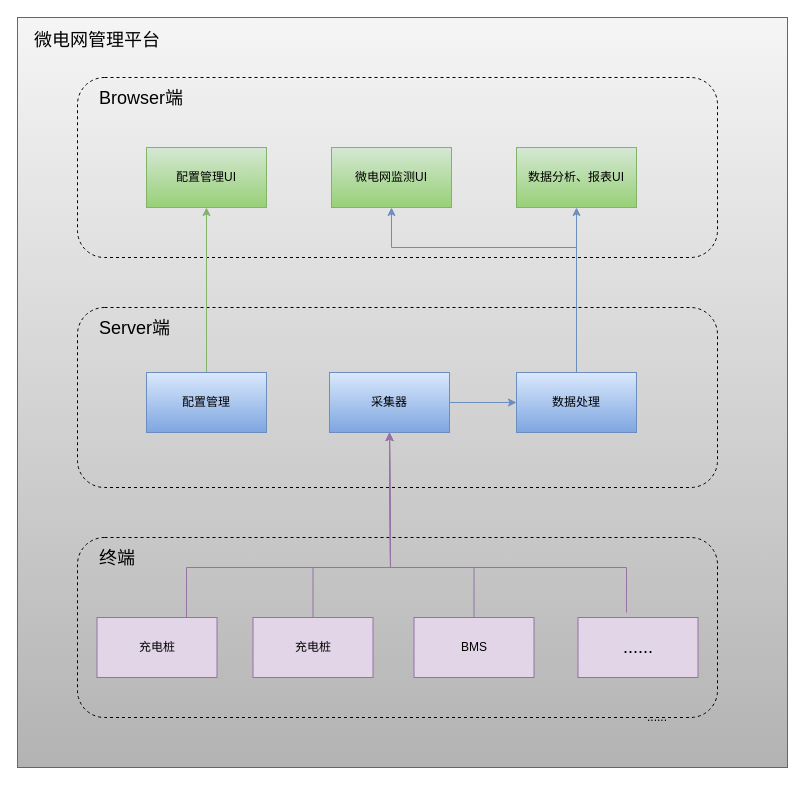
Before: 微电网架构.drawio in foreverfirst/draw, a draw.io diagram. Source tidied: cells renumbered, new cells numbered last; positions are measured from the earlier drawing's top-left corner, leaving out a move shared by most shapes. Both pictures are drawn from the tidied source at 100%, with x=0, y=0 at pixel (17, 17).
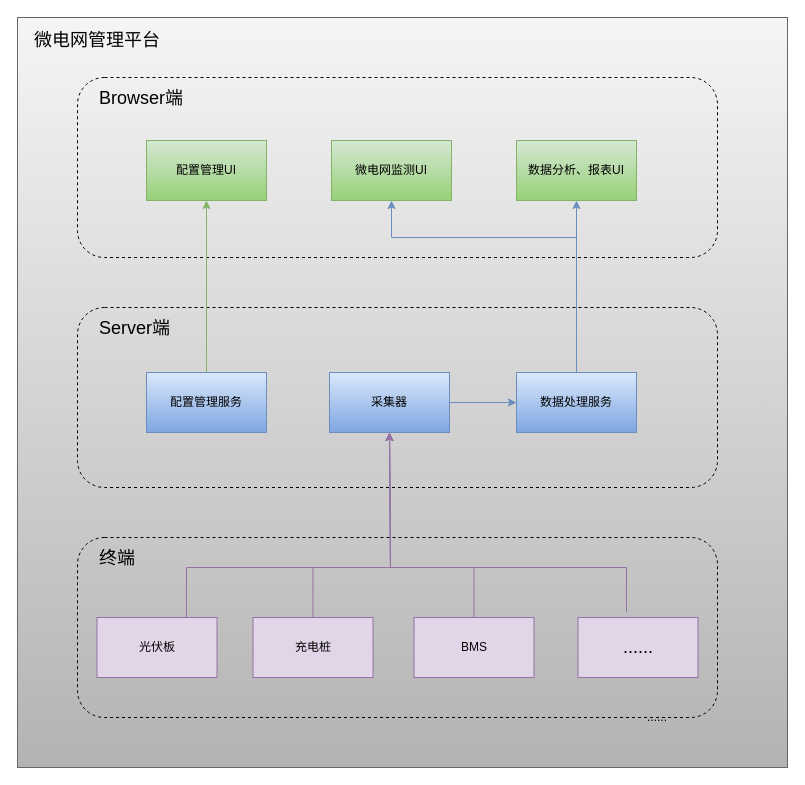
Above is the later version.

Commit message:
更新微电网架构.drawio

What changed in the source:
```diff
@@
     <mxCell id="4" value="微电网监测UI" style="rounded=0;whiteSpace=wrap;html=1;fillColor=#d5e8d4;gradientColor=#97d077;strokeColor=#82b366;" parent="1" vertex="1">
-      <mxGeometry x="314" y="130" width="120" height="60" as="geometry" />
+      <mxGeometry x="314" y="123" width="120" height="60" as="geometry" />
     </mxCell>
     <mxCell id="5" value="配置管理UI" style="rounded=0;whiteSpace=wrap;html=1;fillColor=#d5e8d4;gradientColor=#97d077;strokeColor=#82b366;" parent="1" vertex="1">
-      <mxGeometry x="129" y="130" width="120" height="60" as="geometry" />
+      <mxGeometry x="129" y="123" width="120" height="60" as="geometry" />
     </mxCell>
@@
-    <mxCell id="9" value="充电桩" style="rounded=0;whiteSpace=wrap;html=1;fillColor=#e1d5e7;strokeColor=#9673a6;" parent="1" vertex="1">
+    <mxCell id="9" value="光伏板" style="rounded=0;whiteSpace=wrap;html=1;fillColor=#e1d5e7;strokeColor=#9673a6;" parent="1" vertex="1">
       <mxGeometry x="79.5" y="600" width="120" height="60" as="geometry" />
     </mxCell>
@@
     <mxCell id="18" style="edgeStyle=orthogonalEdgeStyle;rounded=0;jettySize=auto;html=1;entryX=0.5;entryY=1;entryDx=0;entryDy=0;strokeColor=#6C8EBF;" parent="1" edge="1" source="19" target="4">
       <mxGeometry relative="1" as="geometry">
         <Array as="points">
-          <mxPoint x="559" y="230" />
-          <mxPoint x="374" y="230" />
+          <mxPoint x="559" y="220" />
+          <mxPoint x="374" y="220" />
         </Array>
       </mxGeometry>
     </mxCell>
-    <mxCell id="19" value="数据处理" style="rounded=0;whiteSpace=wrap;html=1;fillColor=#dae8fc;gradientColor=#7ea6e0;strokeColor=#6c8ebf;" parent="1" vertex="1">
+    <mxCell id="19" value="数据处理服务" style="rounded=0;whiteSpace=wrap;html=1;fillColor=#dae8fc;gradientColor=#7ea6e0;strokeColor=#6c8ebf;" parent="1" vertex="1">
       <mxGeometry x="499" y="355" width="120" height="60" as="geometry" />
     </mxCell>
@@
-    <mxCell id="21" value="配置管理" style="rounded=0;whiteSpace=wrap;html=1;fillColor=#dae8fc;gradientColor=#7ea6e0;strokeColor=#6c8ebf;" parent="1" vertex="1">
+    <mxCell id="21" value="配置管理服务" style="rounded=0;whiteSpace=wrap;html=1;fillColor=#dae8fc;gradientColor=#7ea6e0;strokeColor=#6c8ebf;" parent="1" vertex="1">
       <mxGeometry x="129" y="355" width="120" height="60" as="geometry" />
     </mxCell>
     <mxCell id="22" value="数据分析、报表UI" style="rounded=0;whiteSpace=wrap;html=1;fillColor=#d5e8d4;gradientColor=#97d077;strokeColor=#82b366;" parent="1" vertex="1">
-      <mxGeometry x="499" y="130" width="120" height="60" as="geometry" />
+      <mxGeometry x="499" y="123" width="120" height="60" as="geometry" />
     </mxCell>
```
